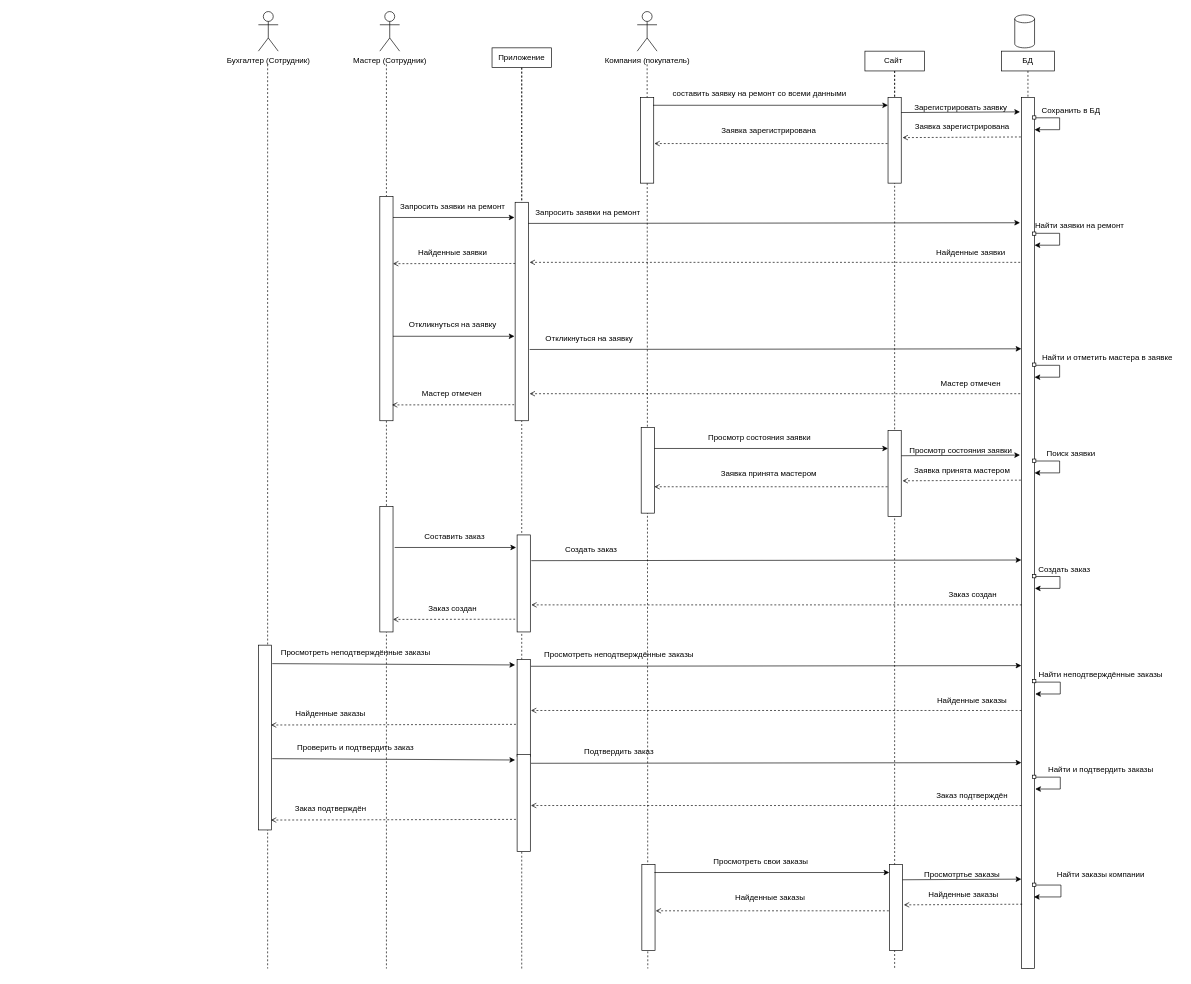
The draw.io diagram UML_SequenceDiag.drawio in jecsonM/TRPO4course-, before the edit. Source tidied: cells renumbered, new cells numbered last; positions are measured from the earlier drawing's top-left corner, leaving out a move shared by most shapes. Both pictures are drawn from the tidied source at 66%, with x=0, y=0 at pixel (258, 11).
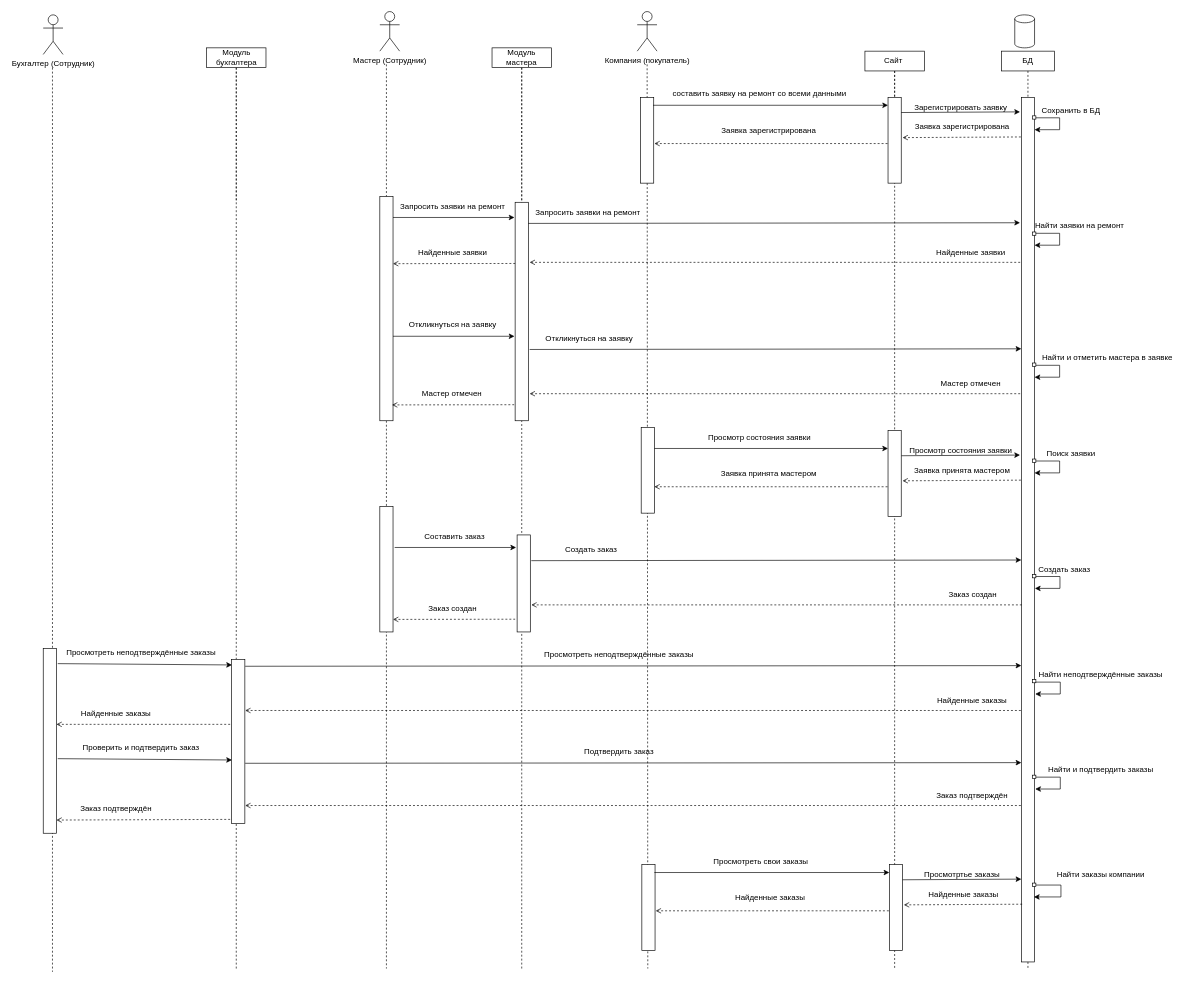
The same diagram, later.

Unchanged cells that the change refers to:
```xml
<mxCell id="11" value="БД" style="rounded=0;whiteSpace=wrap;html=1;fillColor=default;" parent="1" vertex="1">
  <mxGeometry x="1126" y="60" width="80" height="30" as="geometry" />
</mxCell>
```

What changed in the source:
```diff
@@
-    <mxCell id="15" style="edgeStyle=none;html=1;dashed=1;endArrow=none;endFill=0;" parent="1" edge="1" source="11" target="16">
-      <mxGeometry relative="1" as="geometry" />
+    <mxCell id="15" style="edgeStyle=none;html=1;dashed=1;endArrow=none;endFill=0;" parent="1" edge="1" source="11">
+      <mxGeometry relative="1" as="geometry">
+        <mxPoint x="1166" y="1450" as="targetPoint" />
+      </mxGeometry>
     </mxCell>
     <mxCell id="16" style="rounded=0;whiteSpace=wrap;html=1;fillColor=default;" parent="1" vertex="1">
-      <mxGeometry x="1156" y="130" width="20" height="1320" as="geometry" />
+      <mxGeometry x="1156" y="130" width="20" height="1310" as="geometry" />
     </mxCell>
@@
-    <mxCell id="30" value="Приложение" style="rounded=0;whiteSpace=wrap;html=1;fillColor=default;" parent="1" vertex="1">
+    <mxCell id="30" value="Модуль мастера" style="rounded=0;whiteSpace=wrap;html=1;fillColor=default;" parent="1" vertex="1">
       <mxGeometry x="354" y="55" width="90" height="30" as="geometry" />
     </mxCell>
@@
     <mxCell id="75" style="edgeStyle=none;html=1;dashed=1;endArrow=none;endFill=0;" parent="1" edge="1">
       <mxGeometry relative="1" as="geometry">
-        <mxPoint x="14" y="80" as="sourcePoint" />
-        <mxPoint x="14" y="1450" as="targetPoint" />
+        <mxPoint x="-312" y="85" as="sourcePoint" />
+        <mxPoint x="-312" y="1455" as="targetPoint" />
       </mxGeometry>
     </mxCell>
     <mxCell id="76" value="Бухгалтер (Сотрудник)" style="shape=umlActor;verticalLabelPosition=bottom;verticalAlign=top;html=1;" parent="1" vertex="1">
-      <mxGeometry width="30" height="60" as="geometry" />
+      <mxGeometry x="-326" y="5" width="30" height="60" as="geometry" />
     </mxCell>
     <mxCell id="77" style="rounded=0;whiteSpace=wrap;html=1;fillColor=default;" parent="1" vertex="1">
-      <mxGeometry y="960" width="20" height="280" as="geometry" />
+      <mxGeometry x="-326" y="965" width="20" height="280" as="geometry" />
     </mxCell>
     <mxCell id="78" style="endArrow=classic;html=1;exitX=0.95;exitY=0.039;exitDx=0;exitDy=0;exitPerimeter=0;" parent="1" edge="1">
       <mxGeometry relative="1" as="geometry">
-        <mxPoint x="21" y="988" as="sourcePoint" />
-        <mxPoint x="389" y="990" as="targetPoint" />
+        <mxPoint x="-304" y="988" as="sourcePoint" />
+        <mxPoint x="-40" y="990" as="targetPoint" />
       </mxGeometry>
     </mxCell>
     <mxCell id="79" value="Просмотреть неподтверждённые заказы" style="text;html=1;align=center;verticalAlign=middle;strokeColor=none;fillColor=none;convertToSvg=0;" parent="1" vertex="1">
-      <mxGeometry x="21.5" y="956" width="250" height="30" as="geometry" />
+      <mxGeometry x="-303.5" y="956" width="250" height="30" as="geometry" />
     </mxCell>
     <mxCell id="80" style="endArrow=classic;html=1;exitX=0.95;exitY=0.039;exitDx=0;exitDy=0;exitPerimeter=0;" parent="1" edge="1">
       <mxGeometry relative="1" as="geometry">
-        <mxPoint x="413" y="992" as="sourcePoint" />
+        <mxPoint x="-20" y="992" as="sourcePoint" />
         <mxPoint x="1156" y="991" as="targetPoint" />
       </mxGeometry>
     </mxCell>
@@
     <mxCell id="83" style="endArrow=none;html=1;startArrow=open;startFill=0;endFill=0;dashed=1;" parent="1" edge="1">
       <mxGeometry relative="1" as="geometry">
-        <mxPoint x="413" y="1059" as="sourcePoint" />
+        <mxPoint x="-20" y="1059" as="sourcePoint" />
         <mxPoint x="1158" y="1059" as="targetPoint" />
       </mxGeometry>
     </mxCell>
@@
     <mxCell id="85" style="endArrow=none;html=1;startArrow=open;startFill=0;endFill=0;dashed=1;" parent="1" edge="1">
       <mxGeometry relative="1" as="geometry">
-        <mxPoint x="19" y="1081" as="sourcePoint" />
-        <mxPoint x="393" y="1080" as="targetPoint" />
+        <mxPoint x="-306" y="1080" as="sourcePoint" />
+        <mxPoint x="-40" y="1080" as="targetPoint" />
       </mxGeometry>
     </mxCell>
     <mxCell id="86" value="Найденные заказы" style="text;html=1;align=center;verticalAlign=middle;strokeColor=none;fillColor=none;" parent="1" vertex="1">
-      <mxGeometry x="44" y="1049" width="130" height="30" as="geometry" />
+      <mxGeometry x="-281" y="1049" width="130" height="30" as="geometry" />
     </mxCell>
@@
-    <mxCell id="88" style="rounded=0;whiteSpace=wrap;html=1;fillColor=default;" parent="1" vertex="1">
-      <mxGeometry x="392" y="981.5" width="20" height="147" as="geometry" />
-    </mxCell>
     <mxCell id="89" style="endArrow=classic;html=1;exitX=0.95;exitY=0.039;exitDx=0;exitDy=0;exitPerimeter=0;" parent="1" edge="1">
       <mxGeometry relative="1" as="geometry">
-        <mxPoint x="21" y="1132" as="sourcePoint" />
-        <mxPoint x="389" y="1134" as="targetPoint" />
+        <mxPoint x="-304" y="1132" as="sourcePoint" />
+        <mxPoint x="-40" y="1134" as="targetPoint" />
       </mxGeometry>
     </mxCell>
     <mxCell id="90" value="Проверить и подтвердить заказ" style="text;html=1;align=center;verticalAlign=middle;strokeColor=none;fillColor=none;convertToSvg=0;" parent="1" vertex="1">
-      <mxGeometry x="46.5" y="1100" width="200" height="30" as="geometry" />
+      <mxGeometry x="-278.5" y="1100" width="200" height="30" as="geometry" />
     </mxCell>
     <mxCell id="91" style="endArrow=classic;html=1;exitX=0.95;exitY=0.039;exitDx=0;exitDy=0;exitPerimeter=0;" parent="1" edge="1">
       <mxGeometry relative="1" as="geometry">
-        <mxPoint x="413" y="1139" as="sourcePoint" />
+        <mxPoint x="-20" y="1139" as="sourcePoint" />
         <mxPoint x="1156" y="1138" as="targetPoint" />
       </mxGeometry>
     </mxCell>
@@
     <mxCell id="94" style="endArrow=none;html=1;startArrow=open;startFill=0;endFill=0;dashed=1;" parent="1" edge="1">
       <mxGeometry relative="1" as="geometry">
-        <mxPoint x="413" y="1203" as="sourcePoint" />
+        <mxPoint x="-20" y="1203" as="sourcePoint" />
         <mxPoint x="1158" y="1203" as="targetPoint" />
       </mxGeometry>
     </mxCell>
@@
     <mxCell id="96" style="endArrow=none;html=1;startArrow=open;startFill=0;endFill=0;dashed=1;" parent="1" edge="1">
       <mxGeometry relative="1" as="geometry">
-        <mxPoint x="19" y="1225" as="sourcePoint" />
-        <mxPoint x="393" y="1224" as="targetPoint" />
+        <mxPoint x="-306" y="1225" as="sourcePoint" />
+        <mxPoint x="-40" y="1224" as="targetPoint" />
       </mxGeometry>
     </mxCell>
     <mxCell id="97" value="Заказ подтверждён" style="text;html=1;align=center;verticalAlign=middle;strokeColor=none;fillColor=none;" parent="1" vertex="1">
-      <mxGeometry x="44" y="1193" width="130" height="30" as="geometry" />
+      <mxGeometry x="-281" y="1193" width="130" height="30" as="geometry" />
     </mxCell>
@@
-    <mxCell id="99" style="rounded=0;whiteSpace=wrap;html=1;fillColor=default;" parent="1" vertex="1">
-      <mxGeometry x="392" y="1125.5" width="20" height="147" as="geometry" />
-    </mxCell>
@@
+    <mxCell id="120" style="edgeStyle=none;html=1;dashed=1;endArrow=none;endFill=0;" parent="1" edge="1" source="121">
+      <mxGeometry relative="1" as="geometry">
+        <mxPoint x="-33.5" y="289" as="targetPoint" />
+      </mxGeometry>
+    </mxCell>
+    <mxCell id="121" value="Модуль бухгалтера" style="rounded=0;whiteSpace=wrap;html=1;fillColor=default;" parent="1" vertex="1">
+      <mxGeometry x="-78.5" y="55" width="90" height="30" as="geometry" />
+    </mxCell>
+    <mxCell id="122" style="edgeStyle=none;html=1;dashed=1;endArrow=none;endFill=0;" parent="1" edge="1" source="121">
+      <mxGeometry relative="1" as="geometry">
+        <mxPoint x="-33.5" y="1450" as="targetPoint" />
+      </mxGeometry>
+    </mxCell>
+    <mxCell id="123" style="rounded=0;whiteSpace=wrap;html=1;fillColor=default;" parent="1" vertex="1">
+      <mxGeometry x="-40.5" y="981.5" width="20" height="248.5" as="geometry" />
+    </mxCell>
```
